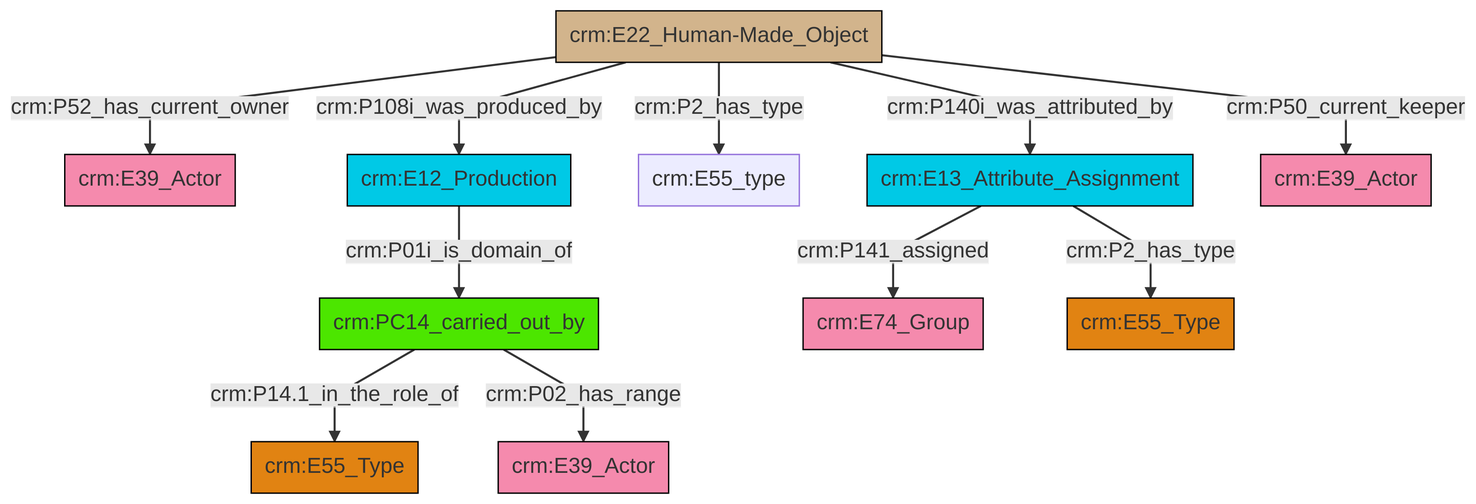
This is et/artworkCSV/ttl/mmd/png/Artwork_Actor_Relations.png from swiss-art-research-net/docs.swissartresearch, a Mermaid export, as it was before one commit. Its source is kept beside it as et/artworkCSV/ttl/mmd/Artwork_Actor_Relations.ttl.mmd.
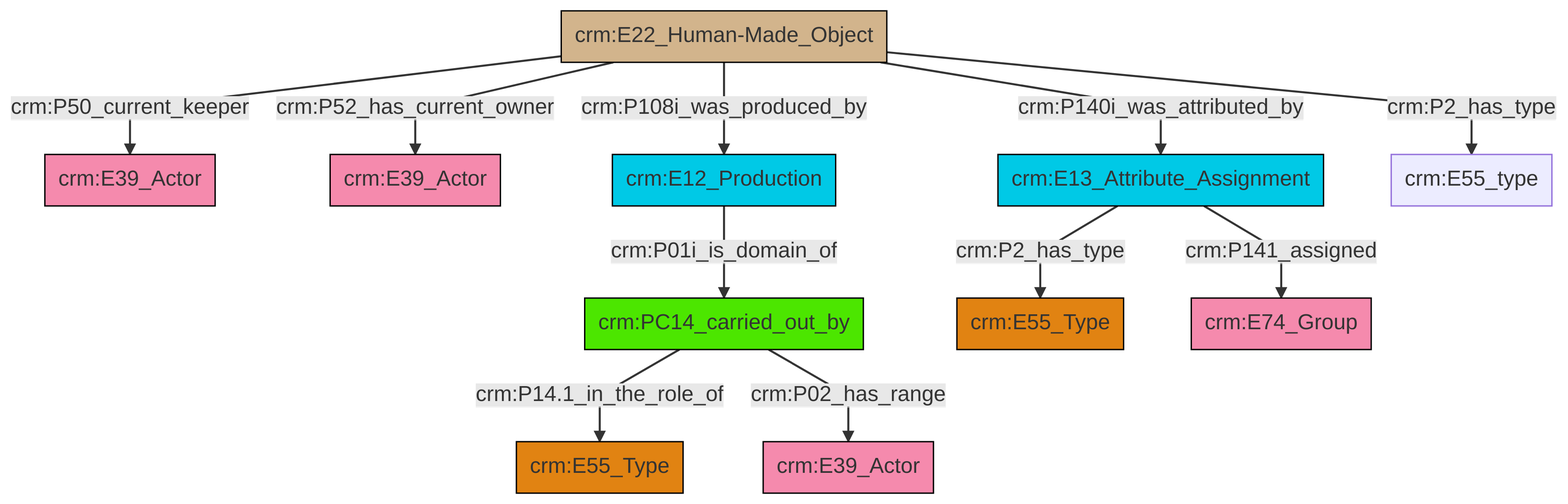
Above is the later version.

Diff of the diagram source:
```diff
@@ -13,13 +13,13 @@
 classDef PC_Classes fill:#4ce600, stroke:#000000;
 classDef Multi fill:#cccccc,stroke:#000000;
 
-0["crm:PC14_carried_out_by"]:::PC_Classes -->|crm:P14.1_in_the_role_of| 6["crm:E55_Type"]:::Type
-9["crm:E22_Human-Made_Object"]:::Physical_Thing -->|crm:P2_has_type| 10["crm:E55_type"]:::Default
-4["crm:E13_Attribute_Assignment"]:::Temporal_Entity -->|crm:P2_has_type| 13["crm:E55_Type"]:::Type
-15["crm:E12_Production"]:::Temporal_Entity -->|crm:P01i_is_domain_of| 0["crm:PC14_carried_out_by"]:::PC_Classes
-9["crm:E22_Human-Made_Object"]:::Physical_Thing -->|crm:P50_current_keeper| 17["crm:E39_Actor"]:::Actor
-0["crm:PC14_carried_out_by"]:::PC_Classes -->|crm:P02_has_range| 11["crm:E39_Actor"]:::Actor
-9["crm:E22_Human-Made_Object"]:::Physical_Thing -->|crm:P108i_was_produced_by| 15["crm:E12_Production"]:::Temporal_Entity
-9["crm:E22_Human-Made_Object"]:::Physical_Thing -->|crm:P52_has_current_owner| 2["crm:E39_Actor"]:::Actor
-4["crm:E13_Attribute_Assignment"]:::Temporal_Entity -->|crm:P141_assigned| 7["crm:E74_Group"]:::Actor
-9["crm:E22_Human-Made_Object"]:::Physical_Thing -->|crm:P140i_was_attributed_by| 4["crm:E13_Attribute_Assignment"]:::Temporal_Entity
+4["crm:E22_Human-Made_Object"]:::Physical_Thing -->|crm:P50_current_keeper| 2["crm:E39_Actor"]:::Actor
+5["crm:E13_Attribute_Assignment"]:::Temporal_Entity -->|crm:P2_has_type| 6["crm:E55_Type"]:::Type
+4["crm:E22_Human-Made_Object"]:::Physical_Thing -->|crm:P52_has_current_owner| 7["crm:E39_Actor"]:::Actor
+9["crm:E12_Production"]:::Temporal_Entity -->|crm:P01i_is_domain_of| 10["crm:PC14_carried_out_by"]:::PC_Classes
+10["crm:PC14_carried_out_by"]:::PC_Classes -->|crm:P14.1_in_the_role_of| 11["crm:E55_Type"]:::Type
+4["crm:E22_Human-Made_Object"]:::Physical_Thing -->|crm:P108i_was_produced_by| 9["crm:E12_Production"]:::Temporal_Entity
+4["crm:E22_Human-Made_Object"]:::Physical_Thing -->|crm:P140i_was_attributed_by| 5["crm:E13_Attribute_Assignment"]:::Temporal_Entity
+4["crm:E22_Human-Made_Object"]:::Physical_Thing -->|crm:P2_has_type| 0["crm:E55_type"]:::Default
+5["crm:E13_Attribute_Assignment"]:::Temporal_Entity -->|crm:P141_assigned| 14["crm:E74_Group"]:::Actor
+10["crm:PC14_carried_out_by"]:::PC_Classes -->|crm:P02_has_range| 18["crm:E39_Actor"]:::Actor
```
